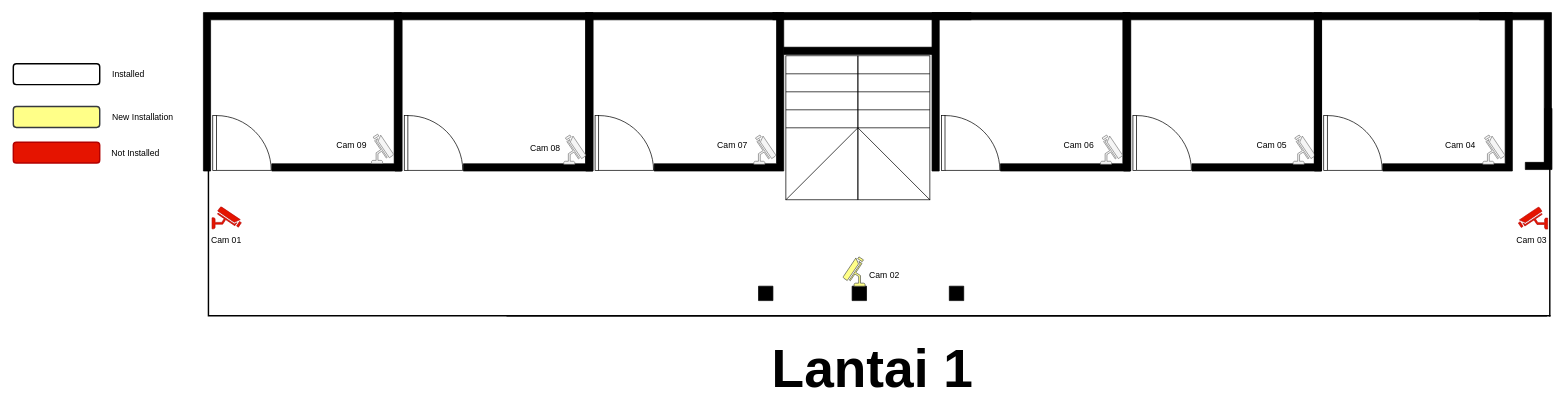
This is page "1st - floor" (1 of 4) of Diagram Tanpa Judul.drawio from mohammadrifanmushlih17/My-Project-Draw, a draw.io file, before an edit. Source tidied: cells renumbered, new cells numbered last; positions are measured from the earlier drawing's top-left corner, leaving out a move shared by most shapes. Both pictures are drawn from the tidied source at 72%, with x=0, y=0 at pixel (13, 12).
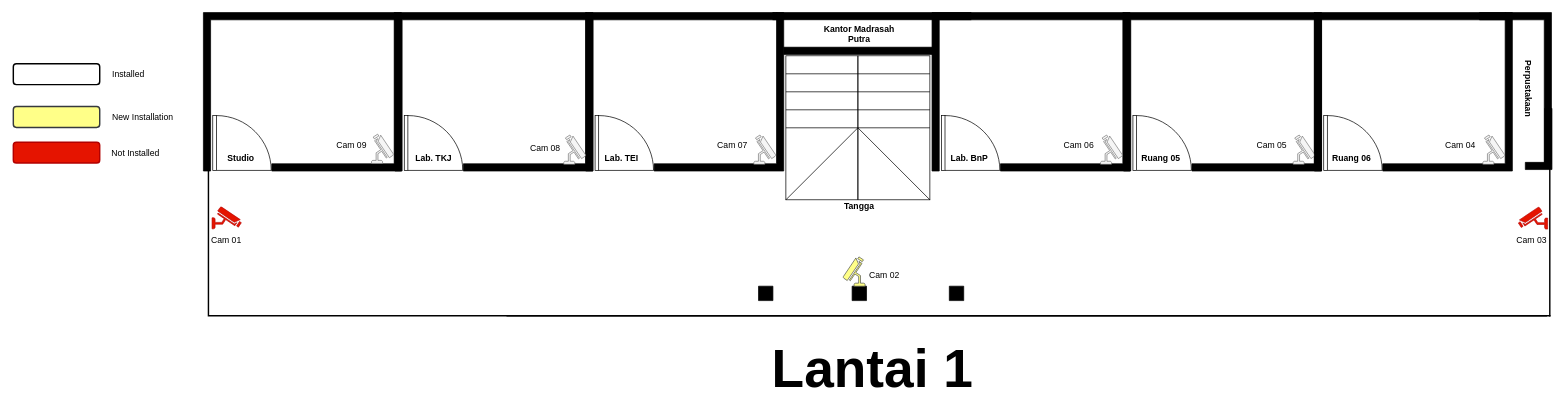
The same page after the edit.

Change to the diagram source:
```diff
@@
+    <mxCell id="61" value="Kantor Madrasah Putra" style="text;html=1;align=center;verticalAlign=middle;whiteSpace=wrap;rounded=0;fontStyle=1;" parent="1" vertex="1">
+      <mxGeometry x="1110" y="14.5" width="130" height="30" as="geometry" />
+    </mxCell>
+    <mxCell id="62" value="Lab. TKJ" style="text;html=1;align=center;verticalAlign=middle;whiteSpace=wrap;rounded=0;fontStyle=1;" parent="1" vertex="1">
+      <mxGeometry x="554" y="187.2" width="60" height="30" as="geometry" />
+    </mxCell>
+    <mxCell id="63" value="Lab. TEI" style="text;html=1;align=center;verticalAlign=middle;whiteSpace=wrap;rounded=0;fontStyle=1;" parent="1" vertex="1">
+      <mxGeometry x="815" y="187.2" width="60" height="30" as="geometry" />
+    </mxCell>
+    <mxCell id="64" value="Studio&amp;nbsp;" style="text;html=1;align=center;verticalAlign=middle;whiteSpace=wrap;rounded=0;fontStyle=1;" parent="1" vertex="1">
+      <mxGeometry x="287.5" y="186.5" width="60" height="30" as="geometry" />
+    </mxCell>
+    <mxCell id="65" value="Ruang 06" style="text;html=1;align=center;verticalAlign=middle;whiteSpace=wrap;rounded=0;fontStyle=1;" parent="1" vertex="1">
+      <mxGeometry x="1828.5" y="188.2" width="60" height="30" as="geometry" />
+    </mxCell>
+    <mxCell id="66" value="Lab. BnP" style="text;html=1;align=center;verticalAlign=middle;whiteSpace=wrap;rounded=0;fontStyle=1;" parent="1" vertex="1">
+      <mxGeometry x="1298" y="188" width="60" height="30" as="geometry" />
+    </mxCell>
+    <mxCell id="67" value="Tangga" style="text;html=1;align=center;verticalAlign=middle;whiteSpace=wrap;rounded=0;fontStyle=1;" parent="1" vertex="1">
+      <mxGeometry x="1145" y="253.5" width="60" height="30" as="geometry" />
+    </mxCell>
+    <mxCell id="68" value="Ruang 05" style="text;html=1;align=center;verticalAlign=middle;whiteSpace=wrap;rounded=0;fontStyle=1;" parent="1" vertex="1">
+      <mxGeometry x="1564" y="187" width="60" height="30" as="geometry" />
+    </mxCell>
+    <mxCell id="69" value="Perpustakaan" style="text;html=1;align=center;verticalAlign=middle;whiteSpace=wrap;rounded=0;fontStyle=1;rotation=90;" parent="1" vertex="1">
+      <mxGeometry x="2074.3" y="91" width="60" height="30" as="geometry" />
+    </mxCell>
```
